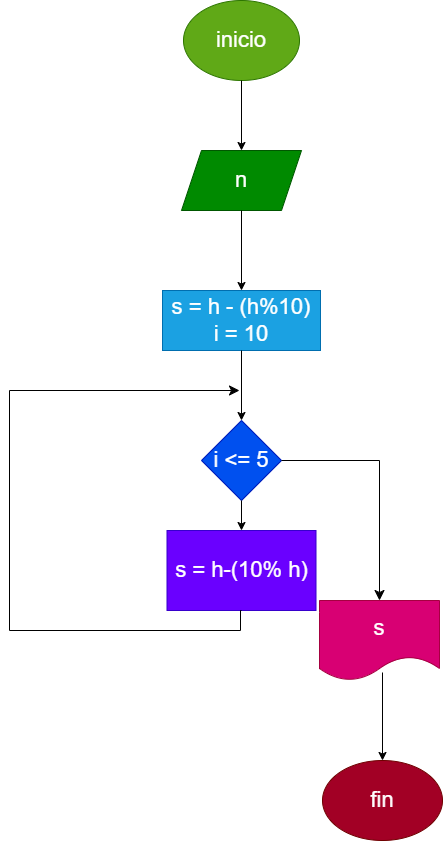
Before: diagrama.png, a diagram exported from draw.io (spartan117345/calcular_altura). Source tidied: cells renumbered, new cells last; positions are measured from the earlier drawing's top-left corner, leaving out a move shared by most shapes. The source it was exported from:
```xml
<mxGraphModel>
  <root>
    <mxCell id="0" />
    <mxCell id="1" parent="0" />
    <mxCell id="2" value="&lt;font style=&quot;font-size: 22px;&quot;&gt;inicio&lt;/font&gt;" style="ellipse;whiteSpace=wrap;html=1;fillColor=#60a917;fontColor=#ffffff;strokeColor=#2D7600;" parent="1" vertex="1">
      <mxGeometry x="174" width="116" height="80" as="geometry" />
    </mxCell>
    <mxCell id="3" style="edgeStyle=none;jettySize=auto;html=1;fontSize=22;exitX=0.5;exitY=1;exitDx=0;exitDy=0;entryX=0.5;entryY=0;entryDx=0;entryDy=0;" parent="1" edge="1" source="2" target="4">
      <mxGeometry relative="1" as="geometry" />
    </mxCell>
    <mxCell id="4" value="n" style="shape=parallelogram;perimeter=parallelogramPerimeter;whiteSpace=wrap;html=1;fixedSize=1;fontSize=22;fillColor=#008a00;fontColor=#ffffff;strokeColor=#005700;" parent="1" vertex="1">
      <mxGeometry x="172" y="150" width="120" height="60" as="geometry" />
    </mxCell>
    <mxCell id="5" style="edgeStyle=none;jettySize=auto;html=1;fontSize=22;exitX=0.5;exitY=1;exitDx=0;exitDy=0;entryX=0.5;entryY=0;entryDx=0;entryDy=0;" parent="1" edge="1" source="4" target="6">
      <mxGeometry relative="1" as="geometry" />
    </mxCell>
    <mxCell id="6" value="s = h - (h%10)&lt;br&gt;i = 10" style="whiteSpace=wrap;html=1;fontSize=22;fillColor=#1ba1e2;fontColor=#ffffff;strokeColor=#006EAF;" parent="1" vertex="1">
      <mxGeometry x="153" y="290" width="158" height="60" as="geometry" />
    </mxCell>
    <mxCell id="7" style="edgeStyle=none;jettySize=auto;html=1;fontSize=22;exitX=0.5;exitY=1;exitDx=0;exitDy=0;entryX=0.5;entryY=0;entryDx=0;entryDy=0;" parent="1" edge="1" source="6" target="8">
      <mxGeometry relative="1" as="geometry" />
    </mxCell>
    <mxCell id="8" value="i &amp;lt;= 5" style="rhombus;whiteSpace=wrap;html=1;fontSize=22;fillColor=#0050ef;fontColor=#ffffff;strokeColor=#001DBC;" parent="1" vertex="1">
      <mxGeometry x="192" y="420" width="80" height="80" as="geometry" />
    </mxCell>
    <mxCell id="9" style="edgeStyle=none;jettySize=auto;html=1;fontSize=22;exitX=0.5;exitY=1;exitDx=0;exitDy=0;entryX=0.5;entryY=0;entryDx=0;entryDy=0;" parent="1" edge="1" source="8" target="10">
      <mxGeometry relative="1" as="geometry" />
    </mxCell>
    <mxCell id="10" value="s = h-(10% h)" style="whiteSpace=wrap;html=1;fontSize=22;fillColor=#6a00ff;fontColor=#ffffff;strokeColor=#3700CC;" parent="1" vertex="1">
      <mxGeometry x="157.5" y="530" width="149" height="80" as="geometry" />
    </mxCell>
    <mxCell id="11" style="edgeStyle=segmentEdgeStyle;endArrow=classic;html=1;curved=0;rounded=0;endSize=8;startSize=8;sourcePerimeterSpacing=0;targetPerimeterSpacing=0;fontSize=22;exitX=0.5;exitY=1;exitDx=0;exitDy=0;" parent="1" edge="1" source="10">
      <mxGeometry relative="1" as="geometry">
        <mxPoint x="230" y="390" as="targetPoint" />
        <Array as="points">
          <mxPoint x="231" y="630" />
          <mxPoint y="630" />
          <mxPoint y="390" />
        </Array>
      </mxGeometry>
    </mxCell>
    <mxCell id="12" style="edgeStyle=segmentEdgeStyle;endArrow=classic;html=1;curved=0;rounded=0;endSize=8;startSize=8;sourcePerimeterSpacing=0;targetPerimeterSpacing=0;fontSize=22;exitX=1;exitY=0.5;exitDx=0;exitDy=0;entryX=0.5;entryY=0;entryDx=0;entryDy=0;" parent="1" edge="1" source="8" target="13">
      <mxGeometry relative="1" as="geometry">
        <Array as="points">
          <mxPoint x="370" y="460" />
        </Array>
      </mxGeometry>
    </mxCell>
    <mxCell id="13" value="s" style="shape=document;whiteSpace=wrap;html=1;boundedLbl=1;fontSize=22;fillColor=#d80073;fontColor=#ffffff;strokeColor=#A50040;" parent="1" vertex="1">
      <mxGeometry x="310" y="600" width="120" height="80" as="geometry" />
    </mxCell>
    <mxCell id="14" style="edgeStyle=none;jettySize=auto;html=1;fontSize=22;exitX=0.525;exitY=0.9;exitDx=0;exitDy=0;exitPerimeter=0;entryX=0.5;entryY=0;entryDx=0;entryDy=0;" parent="1" edge="1" source="13" target="15">
      <mxGeometry relative="1" as="geometry" />
    </mxCell>
    <mxCell id="15" value="fin" style="ellipse;whiteSpace=wrap;html=1;fontSize=22;fillColor=#a20025;fontColor=#ffffff;strokeColor=#6F0000;" parent="1" vertex="1">
      <mxGeometry x="313" y="760" width="120" height="80" as="geometry" />
    </mxCell>
  </root>
</mxGraphModel>
```
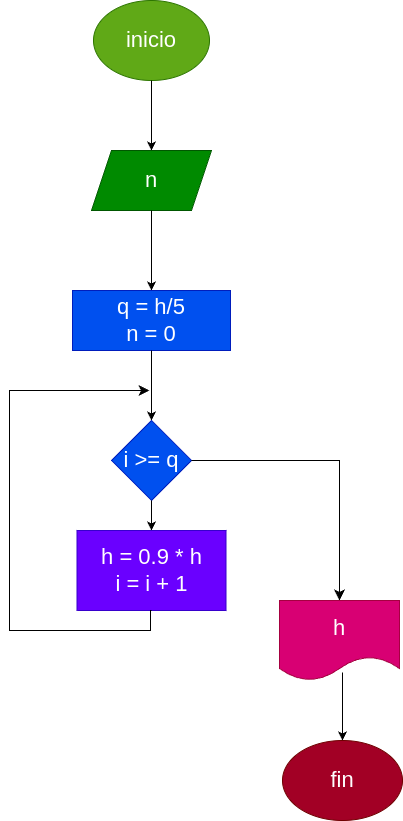
Above is the later version.

The edit, as a diff of the source:
```diff
@@ -14,46 +14,47 @@
     <mxCell id="5" style="edgeStyle=none;jettySize=auto;html=1;fontSize=22;exitX=0.5;exitY=1;exitDx=0;exitDy=0;entryX=0.5;entryY=0;entryDx=0;entryDy=0;" parent="1" edge="1" source="4" target="6">
       <mxGeometry relative="1" as="geometry" />
     </mxCell>
-    <mxCell id="6" value="s = h - (h%10)&lt;br&gt;i = 10" style="whiteSpace=wrap;html=1;fontSize=22;fillColor=#1ba1e2;fontColor=#ffffff;strokeColor=#006EAF;" parent="1" vertex="1">
+    <mxCell id="6" value="q = h/5&lt;br&gt;n = 0" style="whiteSpace=wrap;html=1;fontSize=22;fillColor=#0050ef;fontColor=#ffffff;strokeColor=#001DBC;" parent="1" vertex="1">
       <mxGeometry x="153" y="290" width="158" height="60" as="geometry" />
     </mxCell>
     <mxCell id="7" style="edgeStyle=none;jettySize=auto;html=1;fontSize=22;exitX=0.5;exitY=1;exitDx=0;exitDy=0;entryX=0.5;entryY=0;entryDx=0;entryDy=0;" parent="1" edge="1" source="6" target="8">
       <mxGeometry relative="1" as="geometry" />
     </mxCell>
-    <mxCell id="8" value="i &amp;lt;= 5" style="rhombus;whiteSpace=wrap;html=1;fontSize=22;fillColor=#0050ef;fontColor=#ffffff;strokeColor=#001DBC;" parent="1" vertex="1">
+    <mxCell id="8" value="i &amp;gt;= q" style="rhombus;whiteSpace=wrap;html=1;fontSize=22;fillColor=#0050ef;fontColor=#ffffff;strokeColor=#001DBC;" parent="1" vertex="1">
       <mxGeometry x="192" y="420" width="80" height="80" as="geometry" />
     </mxCell>
     <mxCell id="9" style="edgeStyle=none;jettySize=auto;html=1;fontSize=22;exitX=0.5;exitY=1;exitDx=0;exitDy=0;entryX=0.5;entryY=0;entryDx=0;entryDy=0;" parent="1" edge="1" source="8" target="10">
       <mxGeometry relative="1" as="geometry" />
     </mxCell>
-    <mxCell id="10" value="s = h-(10% h)" style="whiteSpace=wrap;html=1;fontSize=22;fillColor=#6a00ff;fontColor=#ffffff;strokeColor=#3700CC;" parent="1" vertex="1">
+    <mxCell id="10" value="h = 0.9 * h&lt;br&gt;i = i + 1" style="whiteSpace=wrap;html=1;fontSize=22;fillColor=#6a00ff;fontColor=#ffffff;strokeColor=#3700CC;" parent="1" vertex="1">
       <mxGeometry x="157.5" y="530" width="149" height="80" as="geometry" />
     </mxCell>
     <mxCell id="11" style="edgeStyle=segmentEdgeStyle;endArrow=classic;html=1;curved=0;rounded=0;endSize=8;startSize=8;sourcePerimeterSpacing=0;targetPerimeterSpacing=0;fontSize=22;exitX=0.5;exitY=1;exitDx=0;exitDy=0;" parent="1" edge="1" source="10">
       <mxGeometry relative="1" as="geometry">
         <mxPoint x="230" y="390" as="targetPoint" />
         <Array as="points">
+          <mxPoint x="231" y="610" />
           <mxPoint x="231" y="630" />
-          <mxPoint y="630" />
-          <mxPoint y="390" />
+          <mxPoint x="90" y="630" />
+          <mxPoint x="90" y="390" />
         </Array>
       </mxGeometry>
     </mxCell>
     <mxCell id="12" style="edgeStyle=segmentEdgeStyle;endArrow=classic;html=1;curved=0;rounded=0;endSize=8;startSize=8;sourcePerimeterSpacing=0;targetPerimeterSpacing=0;fontSize=22;exitX=1;exitY=0.5;exitDx=0;exitDy=0;entryX=0.5;entryY=0;entryDx=0;entryDy=0;" parent="1" edge="1" source="8" target="13">
       <mxGeometry relative="1" as="geometry">
         <Array as="points">
-          <mxPoint x="370" y="460" />
+          <mxPoint x="420" y="460" />
         </Array>
       </mxGeometry>
     </mxCell>
-    <mxCell id="13" value="s" style="shape=document;whiteSpace=wrap;html=1;boundedLbl=1;fontSize=22;fillColor=#d80073;fontColor=#ffffff;strokeColor=#A50040;" parent="1" vertex="1">
-      <mxGeometry x="310" y="600" width="120" height="80" as="geometry" />
+    <mxCell id="13" value="h" style="shape=document;whiteSpace=wrap;html=1;boundedLbl=1;fontSize=22;fillColor=#d80073;fontColor=#ffffff;strokeColor=#A50040;" parent="1" vertex="1">
+      <mxGeometry x="360" y="600" width="120" height="80" as="geometry" />
     </mxCell>
     <mxCell id="14" style="edgeStyle=none;jettySize=auto;html=1;fontSize=22;exitX=0.525;exitY=0.9;exitDx=0;exitDy=0;exitPerimeter=0;entryX=0.5;entryY=0;entryDx=0;entryDy=0;" parent="1" edge="1" source="13" target="15">
       <mxGeometry relative="1" as="geometry" />
     </mxCell>
     <mxCell id="15" value="fin" style="ellipse;whiteSpace=wrap;html=1;fontSize=22;fillColor=#a20025;fontColor=#ffffff;strokeColor=#6F0000;" parent="1" vertex="1">
-      <mxGeometry x="313" y="760" width="120" height="80" as="geometry" />
+      <mxGeometry x="363" y="740" width="120" height="80" as="geometry" />
     </mxCell>
   </root>
 </mxGraphModel>
```
